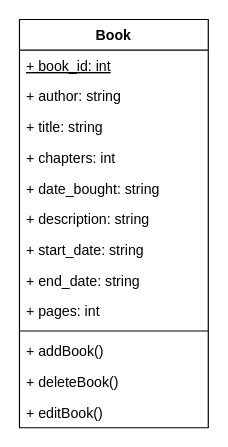
Above: page "UML" (3 of 3) of christoph/books.drawio in OinkoIT/BE16-DBDev-DAY1-Claus-Christoph (draw.io), before the change. Source tidied: cells renumbered, new cells numbered last; positions are measured from the earlier drawing's top-left corner, leaving out a move shared by most shapes. Both pictures are drawn from the tidied source at 118%, with x=0, y=0 at pixel (19, 19).
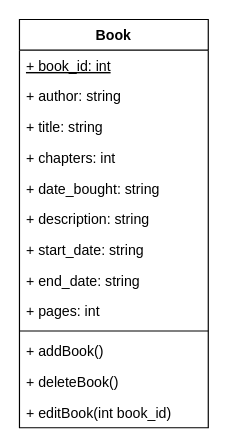
The same diagram, later.

Commit message (it also covers changes not shown here):
add missing variable to editBook function

Diff of the diagram source:
```diff
@@
 <mxGraphModel>
   <root>
     <mxCell id="0" />
     <mxCell id="1" parent="0" />
     <mxCell id="2" value="Book" style="swimlane;fontStyle=1;align=center;verticalAlign=top;horizontal=1;startSize=26;" parent="1" vertex="1">
       <mxGeometry width="160" height="346" as="geometry" />
     </mxCell>
     <mxCell id="3" value="+ book_id: int" style="text;strokeColor=none;fillColor=none;align=left;verticalAlign=top;spacingLeft=4;spacingRight=4;overflow=hidden;fontStyle=4;" parent="2" vertex="1">
       <mxGeometry y="26" width="160" height="26" as="geometry" />
     </mxCell>
     <mxCell id="4" value="+ author: string" style="text;strokeColor=none;fillColor=none;align=left;verticalAlign=top;spacingLeft=4;spacingRight=4;overflow=hidden;fontStyle=0;" parent="2" vertex="1">
       <mxGeometry y="52" width="160" height="26" as="geometry" />
     </mxCell>
     <mxCell id="5" value="+ title: string" style="text;strokeColor=none;fillColor=none;align=left;verticalAlign=top;spacingLeft=4;spacingRight=4;overflow=hidden;fontStyle=0;" parent="2" vertex="1">
       <mxGeometry y="78" width="160" height="26" as="geometry" />
     </mxCell>
     <mxCell id="6" value="+ chapters: int" style="text;strokeColor=none;fillColor=none;align=left;verticalAlign=top;spacingLeft=4;spacingRight=4;overflow=hidden;fontStyle=0;" parent="2" vertex="1">
       <mxGeometry y="104" width="160" height="26" as="geometry" />
     </mxCell>
     <mxCell id="7" value="+ date_bought: string" style="text;strokeColor=none;fillColor=none;align=left;verticalAlign=top;spacingLeft=4;spacingRight=4;overflow=hidden;fontStyle=0;" parent="2" vertex="1">
       <mxGeometry y="130" width="160" height="26" as="geometry" />
     </mxCell>
     <mxCell id="8" value="+ description: string" style="text;strokeColor=none;fillColor=none;align=left;verticalAlign=top;spacingLeft=4;spacingRight=4;overflow=hidden;fontStyle=0;" parent="2" vertex="1">
       <mxGeometry y="156" width="160" height="26" as="geometry" />
     </mxCell>
     <mxCell id="9" value="+ start_date: string" style="text;strokeColor=none;fillColor=none;align=left;verticalAlign=top;spacingLeft=4;spacingRight=4;overflow=hidden;fontStyle=0;" parent="2" vertex="1">
       <mxGeometry y="182" width="160" height="26" as="geometry" />
     </mxCell>
     <mxCell id="10" value="+ end_date: string" style="text;strokeColor=none;fillColor=none;align=left;verticalAlign=top;spacingLeft=4;spacingRight=4;overflow=hidden;fontStyle=0;" parent="2" vertex="1">
       <mxGeometry y="208" width="160" height="26" as="geometry" />
     </mxCell>
     <mxCell id="11" value="+ pages: int" style="text;strokeColor=none;fillColor=none;align=left;verticalAlign=top;spacingLeft=4;spacingRight=4;overflow=hidden;fontStyle=0;" parent="2" vertex="1">
       <mxGeometry y="234" width="160" height="26" as="geometry" />
     </mxCell>
     <mxCell id="12" style="line;strokeWidth=1;fillColor=none;align=left;verticalAlign=middle;spacingTop=-1;spacingLeft=3;spacingRight=3;labelPosition=right;" parent="2" vertex="1">
       <mxGeometry y="260" width="160" height="8" as="geometry" />
     </mxCell>
     <mxCell id="13" value="+ addBook()" style="text;strokeColor=none;fillColor=none;align=left;verticalAlign=top;spacingLeft=4;spacingRight=4;overflow=hidden;" parent="2" vertex="1">
       <mxGeometry y="268" width="160" height="26" as="geometry" />
     </mxCell>
     <mxCell id="14" value="+ deleteBook()" style="text;strokeColor=none;fillColor=none;align=left;verticalAlign=top;spacingLeft=4;spacingRight=4;overflow=hidden;" parent="2" vertex="1">
       <mxGeometry y="294" width="160" height="26" as="geometry" />
     </mxCell>
-    <mxCell id="15" value="+ editBook()" style="text;strokeColor=none;fillColor=none;align=left;verticalAlign=top;spacingLeft=4;spacingRight=4;overflow=hidden;" parent="2" vertex="1">
+    <mxCell id="15" value="+ editBook(int book_id)" style="text;strokeColor=none;fillColor=none;align=left;verticalAlign=top;spacingLeft=4;spacingRight=4;overflow=hidden;" parent="2" vertex="1">
       <mxGeometry y="320" width="160" height="26" as="geometry" />
     </mxCell>
   </root>
 </mxGraphModel>
```
